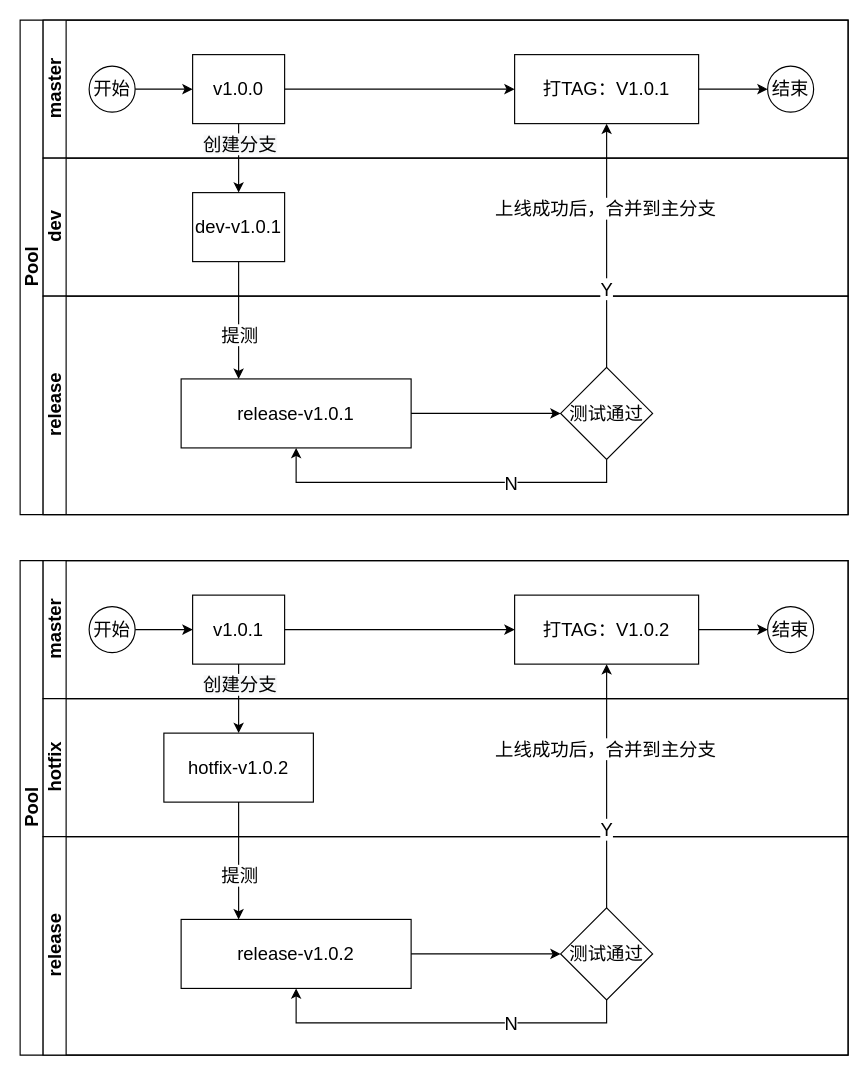
The draw.io diagram page "git开发流程" (5 of 5) of work/revert/产生拣货批单.drawio in aspojo/diagrams, before the edit. Source tidied: cells renumbered, new cells numbered last; positions are measured from the earlier drawing's top-left corner, leaving out a move shared by most shapes. Both pictures are drawn from the tidied source at 115%, with x=0, y=0 at pixel (20, 20).
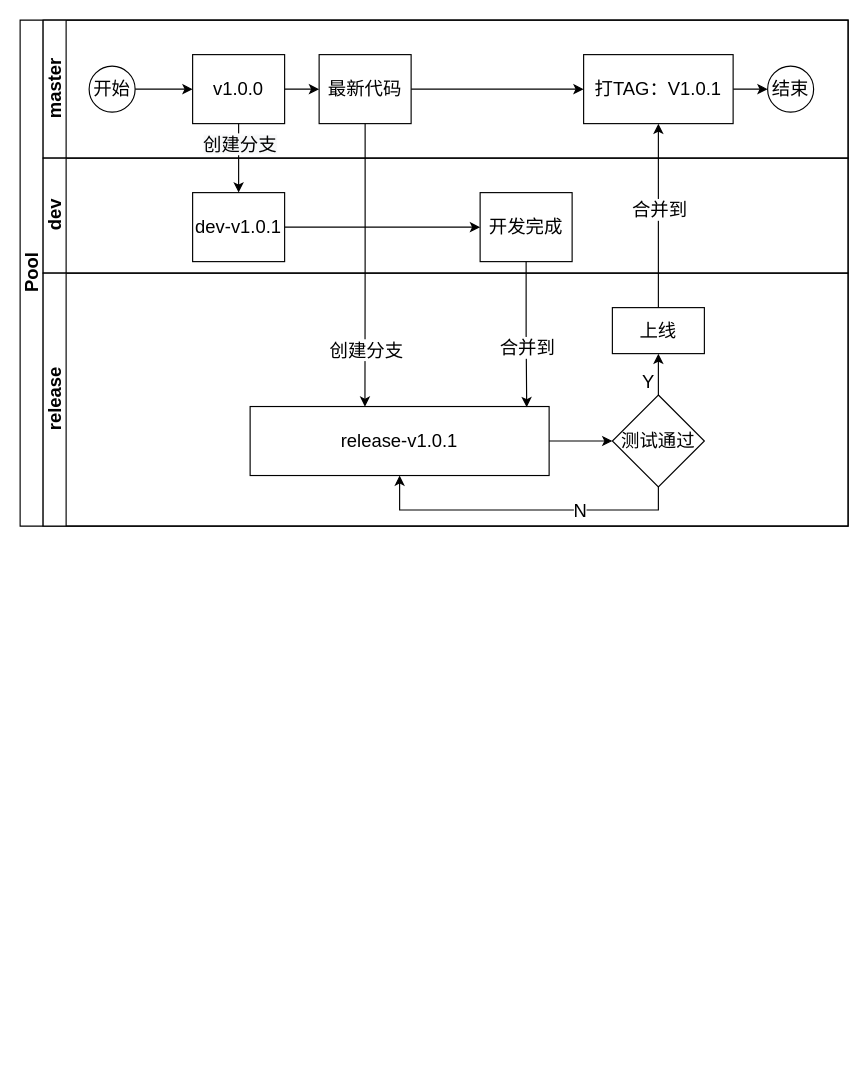
Above is the later version.

Commit message:
更新产生拣货批单.drawio

Unchanged cells that the change refers to:
```xml
<mxCell id="3" value="master" style="swimlane;html=1;startSize=20;horizontal=0;fontSize=16;" parent="2" vertex="1">
  <mxGeometry x="20" width="700" height="120" as="geometry" />
</mxCell>
<mxCell id="7" value="v1.0.0" style="rounded=0;whiteSpace=wrap;html=1;fontFamily=Helvetica;fontSize=16;fontColor=#000000;align=center;" parent="3" vertex="1">
  <mxGeometry x="130" y="30" width="80" height="60" as="geometry" />
</mxCell>
<mxCell id="12" value="dev-v1.0.1" style="rounded=0;whiteSpace=wrap;html=1;fontFamily=Helvetica;fontSize=16;fontColor=#000000;align=center;" parent="11" vertex="1">
  <mxGeometry x="130" y="30" width="80" height="60" as="geometry" />
</mxCell>
```

The edit, as a diff of the source:
```diff
@@
     <mxCell id="2" value="Pool" style="swimlane;html=1;horizontal=0;startSize=20;fontSize=16;" parent="1" vertex="1">
-      <mxGeometry width="720" height="430" as="geometry" />
+      <mxGeometry width="720" height="440" as="geometry" />
     </mxCell>
@@
-    <mxCell id="6" style="edgeStyle=orthogonalEdgeStyle;rounded=0;jettySize=auto;html=1;fontSize=16;" parent="3" edge="1" source="7" target="9">
-      <mxGeometry relative="1" as="geometry" />
-    </mxCell>
+    <mxCell id="50" style="edgeStyle=orthogonalEdgeStyle;rounded=0;jettySize=auto;html=1;fontSize=16;" parent="3" edge="1" source="7" target="52">
+      <mxGeometry relative="1" as="geometry" />
+    </mxCell>
@@
     <mxCell id="9" value="打TAG：V1.0.1" style="rounded=0;whiteSpace=wrap;html=1;fontFamily=Helvetica;fontSize=16;fontColor=#000000;align=center;" parent="3" vertex="1">
-      <mxGeometry x="410" y="30" width="160" height="60" as="geometry" />
+      <mxGeometry x="470" y="30" width="130" height="60" as="geometry" />
     </mxCell>
@@
+    <mxCell id="51" style="edgeStyle=orthogonalEdgeStyle;rounded=0;jettySize=auto;html=1;fontSize=16;" parent="3" edge="1" source="52" target="9">
+      <mxGeometry relative="1" as="geometry" />
+    </mxCell>
+    <mxCell id="52" value="最新代码" style="rounded=0;whiteSpace=wrap;html=1;fontFamily=Helvetica;fontSize=16;fontColor=#000000;align=center;" parent="3" vertex="1">
+      <mxGeometry x="240" y="30" width="80" height="60" as="geometry" />
+    </mxCell>
     <mxCell id="11" value="dev" style="swimlane;html=1;startSize=20;horizontal=0;fontSize=16;" parent="2" vertex="1">
-      <mxGeometry x="20" y="120" width="700" height="120" as="geometry" />
+      <mxGeometry x="20" y="120" width="700" height="100" as="geometry" />
     </mxCell>
+    <mxCell id="53" style="edgeStyle=orthogonalEdgeStyle;rounded=0;jettySize=auto;html=1;fontSize=16;" parent="11" edge="1" source="12" target="54">
+      <mxGeometry relative="1" as="geometry" />
+    </mxCell>
@@
+    <mxCell id="54" value="开发完成" style="rounded=0;whiteSpace=wrap;html=1;fontFamily=Helvetica;fontSize=16;fontColor=#000000;align=center;" parent="11" vertex="1">
+      <mxGeometry x="380" y="30" width="80" height="60" as="geometry" />
+    </mxCell>
     <mxCell id="13" value="release" style="swimlane;html=1;startSize=20;horizontal=0;fontSize=16;" parent="2" vertex="1">
-      <mxGeometry x="20" y="240" width="700" height="190" as="geometry" />
+      <mxGeometry x="20" y="220" width="700" height="220" as="geometry" />
     </mxCell>
     <mxCell id="14" value="release-v1.0.1" style="rounded=0;whiteSpace=wrap;html=1;fontFamily=Helvetica;fontSize=16;fontColor=#000000;align=center;" parent="13" vertex="1">
-      <mxGeometry x="120" y="72" width="200" height="60" as="geometry" />
+      <mxGeometry x="180" y="116" width="260" height="60" as="geometry" />
     </mxCell>
+    <mxCell id="24" value="测试通过" style="rhombus;whiteSpace=wrap;html=1;fontColor=#000000;rounded=0;fontSize=16;" parent="13" vertex="1">
+      <mxGeometry x="495" y="106" width="80" height="80" as="geometry" />
+    </mxCell>
+    <mxCell id="25" style="edgeStyle=orthogonalEdgeStyle;rounded=0;jettySize=auto;html=1;fontSize=16;" parent="13" edge="1" source="14" target="24">
+      <mxGeometry relative="1" as="geometry" />
+    </mxCell>
+    <mxCell id="19" style="edgeStyle=orthogonalEdgeStyle;rounded=0;jettySize=auto;html=1;entryX=0.5;entryY=1;entryDx=0;entryDy=0;exitX=0.5;exitY=1;exitDx=0;exitDy=0;fontSize=16;" parent="13" edge="1" source="24" target="14">
+      <mxGeometry relative="1" as="geometry" />
+    </mxCell>
+    <mxCell id="20" value="N" style="edgeLabel;html=1;align=center;verticalAlign=middle;fontSize=16;" parent="19" vertex="1">
+      <mxGeometry x="-0.35" relative="1" as="geometry" />
+    </mxCell>
+    <mxCell id="55" value="上线" style="rounded=0;whiteSpace=wrap;html=1;fontFamily=Helvetica;fontSize=16;fontColor=#000000;align=center;" parent="13" vertex="1">
+      <mxGeometry x="495" y="30" width="80" height="40" as="geometry" />
+    </mxCell>
+    <mxCell id="21" style="edgeStyle=orthogonalEdgeStyle;rounded=0;jettySize=auto;html=1;fontSize=16;" parent="13" edge="1" source="24" target="55">
+      <mxGeometry relative="1" as="geometry" />
+    </mxCell>
+    <mxCell id="22" value="Y" style="edgeLabel;html=1;align=center;verticalAlign=middle;fontSize=16;" parent="21" vertex="1">
+      <mxGeometry x="-0.35" y="1" relative="1" as="geometry">
+        <mxPoint x="-9" y="1" as="offset" />
+      </mxGeometry>
+    </mxCell>
@@
-    <mxCell id="17" style="edgeStyle=orthogonalEdgeStyle;rounded=0;jettySize=auto;html=1;entryX=0.25;entryY=0;entryDx=0;entryDy=0;fontSize=16;" parent="2" edge="1" source="12" target="14">
+    <mxCell id="17" style="edgeStyle=orthogonalEdgeStyle;rounded=0;jettySize=auto;html=1;fontSize=16;exitX=0.5;exitY=1;exitDx=0;exitDy=0;entryX=0.925;entryY=0.01;entryDx=0;entryDy=0;entryPerimeter=0;" parent="2" edge="1" source="54" target="14">
       <mxGeometry relative="1" as="geometry" />
     </mxCell>
-    <mxCell id="18" value="提测" style="edgeLabel;html=1;align=center;verticalAlign=middle;fontSize=16;" parent="17" vertex="1">
-      <mxGeometry x="0.23" relative="1" as="geometry" />
+    <mxCell id="18" value="合并到" style="edgeLabel;html=1;align=center;verticalAlign=middle;fontSize=16;" parent="17" vertex="1">
+      <mxGeometry x="0.23" relative="1" as="geometry">
+        <mxPoint y="-3" as="offset" />
+      </mxGeometry>
     </mxCell>
-    <mxCell id="19" style="edgeStyle=orthogonalEdgeStyle;rounded=0;jettySize=auto;html=1;entryX=0.5;entryY=1;entryDx=0;entryDy=0;exitX=0.5;exitY=1;exitDx=0;exitDy=0;fontSize=16;" parent="1" edge="1" source="24" target="14">
-      <mxGeometry relative="1" as="geometry" />
-    </mxCell>
-    <mxCell id="20" value="N" style="edgeLabel;html=1;align=center;verticalAlign=middle;fontSize=16;" parent="19" vertex="1">
-      <mxGeometry x="-0.35" relative="1" as="geometry" />
-    </mxCell>
-    <mxCell id="21" style="edgeStyle=orthogonalEdgeStyle;rounded=0;jettySize=auto;html=1;fontSize=16;" parent="1" edge="1" source="24" target="9">
-      <mxGeometry relative="1" as="geometry" />
-    </mxCell>
-    <mxCell id="22" value="Y" style="edgeLabel;html=1;align=center;verticalAlign=middle;fontSize=16;" parent="21" vertex="1">
-      <mxGeometry x="-0.35" y="1" relative="1" as="geometry" />
-    </mxCell>
-    <mxCell id="23" value="上线成功后，合并到主分支" style="edgeLabel;html=1;align=center;verticalAlign=middle;fontSize=16;" parent="21" vertex="1">
-      <mxGeometry x="0.31" y="2" relative="1" as="geometry" />
-    </mxCell>
-    <mxCell id="24" value="测试通过" style="rhombus;whiteSpace=wrap;html=1;fontColor=#000000;rounded=0;fontSize=16;" parent="1" vertex="1">
-      <mxGeometry x="470" y="302" width="80" height="80" as="geometry" />
-    </mxCell>
-    <mxCell id="25" style="edgeStyle=orthogonalEdgeStyle;rounded=0;jettySize=auto;html=1;fontSize=16;" parent="1" edge="1" source="14" target="24">
-      <mxGeometry relative="1" as="geometry" />
-    </mxCell>
-    <mxCell id="26" value="Pool" style="swimlane;html=1;horizontal=0;startSize=20;fontSize=16;" parent="1" vertex="1">
-      <mxGeometry y="470" width="720" height="430" as="geometry" />
-    </mxCell>
-    <mxCell id="27" value="master" style="swimlane;html=1;startSize=20;horizontal=0;fontSize=16;" parent="26" vertex="1">
-      <mxGeometry x="20" width="700" height="120" as="geometry" />
-    </mxCell>
-    <mxCell id="28" style="edgeStyle=orthogonalEdgeStyle;rounded=0;jettySize=auto;html=1;fontSize=16;" parent="27" edge="1" source="29" target="31">
-      <mxGeometry relative="1" as="geometry" />
-    </mxCell>
-    <mxCell id="29" value="开始" style="ellipse;whiteSpace=wrap;html=1;fontSize=16;" parent="27" vertex="1">
-      <mxGeometry x="40" y="40" width="40" height="40" as="geometry" />
-    </mxCell>
-    <mxCell id="30" style="edgeStyle=orthogonalEdgeStyle;rounded=0;jettySize=auto;html=1;fontSize=16;" parent="27" edge="1" source="31" target="33">
-      <mxGeometry relative="1" as="geometry" />
-    </mxCell>
-    <mxCell id="31" value="v1.0.1" style="rounded=0;whiteSpace=wrap;html=1;fontFamily=Helvetica;fontSize=16;fontColor=#000000;align=center;" parent="27" vertex="1">
-      <mxGeometry x="130" y="30" width="80" height="60" as="geometry" />
-    </mxCell>
-    <mxCell id="32" style="edgeStyle=orthogonalEdgeStyle;rounded=0;jettySize=auto;html=1;fontSize=16;" parent="27" edge="1" source="33" target="34">
-      <mxGeometry relative="1" as="geometry" />
-    </mxCell>
-    <mxCell id="33" value="打TAG：V1.0.2" style="rounded=0;whiteSpace=wrap;html=1;fontFamily=Helvetica;fontSize=16;fontColor=#000000;align=center;" parent="27" vertex="1">
-      <mxGeometry x="410" y="30" width="160" height="60" as="geometry" />
-    </mxCell>
-    <mxCell id="34" value="结束" style="ellipse;whiteSpace=wrap;html=1;fontSize=16;" parent="27" vertex="1">
-      <mxGeometry x="630" y="40" width="40" height="40" as="geometry" />
-    </mxCell>
-    <mxCell id="35" value="hotfix" style="swimlane;html=1;startSize=20;horizontal=0;fontSize=16;" parent="26" vertex="1">
-      <mxGeometry x="20" y="120" width="700" height="120" as="geometry" />
-    </mxCell>
-    <mxCell id="36" value="hotfix-v1.0.2" style="rounded=0;whiteSpace=wrap;html=1;fontFamily=Helvetica;fontSize=16;fontColor=#000000;align=center;" parent="35" vertex="1">
-      <mxGeometry x="105" y="30" width="130" height="60" as="geometry" />
-    </mxCell>
-    <mxCell id="37" value="release" style="swimlane;html=1;startSize=20;horizontal=0;fontSize=16;" parent="26" vertex="1">
-      <mxGeometry x="20" y="240" width="700" height="190" as="geometry" />
-    </mxCell>
-    <mxCell id="38" value="release-v1.0.2" style="rounded=0;whiteSpace=wrap;html=1;fontFamily=Helvetica;fontSize=16;fontColor=#000000;align=center;" parent="37" vertex="1">
-      <mxGeometry x="120" y="72" width="200" height="60" as="geometry" />
-    </mxCell>
-    <mxCell id="39" style="edgeStyle=orthogonalEdgeStyle;rounded=0;jettySize=auto;html=1;entryX=0.5;entryY=0;entryDx=0;entryDy=0;fontSize=16;" parent="26" edge="1" source="31" target="36">
-      <mxGeometry relative="1" as="geometry" />
-    </mxCell>
+    <mxCell id="56" style="edgeStyle=orthogonalEdgeStyle;rounded=0;jettySize=auto;html=1;fontSize=16;entryX=0.384;entryY=0.003;entryDx=0;entryDy=0;entryPerimeter=0;" parent="2" edge="1" source="52" target="14">
+      <mxGeometry relative="1" as="geometry" />
+    </mxCell>
-    <mxCell id="40" value="&lt;span style=&quot;background-color: rgb(248, 249, 250);&quot;&gt;创建分支&lt;/span&gt;" style="edgeLabel;html=1;align=center;verticalAlign=middle;fontSize=16;" parent="39" vertex="1">
-      <mxGeometry x="-0.42" relative="1" as="geometry" />
+    <mxCell id="40" value="创建分支" style="edgeLabel;html=1;align=center;verticalAlign=middle;fontSize=16;" parent="56" vertex="1">
+      <mxGeometry x="-0.88" y="1" relative="1" as="geometry">
+        <mxPoint x="-1" y="181" as="offset" />
+      </mxGeometry>
     </mxCell>
-    <mxCell id="41" style="edgeStyle=orthogonalEdgeStyle;rounded=0;jettySize=auto;html=1;entryX=0.25;entryY=0;entryDx=0;entryDy=0;fontSize=16;" parent="26" edge="1" source="36" target="38">
-      <mxGeometry relative="1" as="geometry" />
-    </mxCell>
-    <mxCell id="42" value="提测" style="edgeLabel;html=1;align=center;verticalAlign=middle;fontSize=16;" parent="41" vertex="1">
-      <mxGeometry x="0.23" relative="1" as="geometry" />
-    </mxCell>
-    <mxCell id="43" style="edgeStyle=orthogonalEdgeStyle;rounded=0;jettySize=auto;html=1;entryX=0.5;entryY=1;entryDx=0;entryDy=0;exitX=0.5;exitY=1;exitDx=0;exitDy=0;fontSize=16;" parent="1" edge="1" source="48" target="38">
-      <mxGeometry relative="1" as="geometry" />
-    </mxCell>
-    <mxCell id="44" value="N" style="edgeLabel;html=1;align=center;verticalAlign=middle;fontSize=16;" parent="43" vertex="1">
-      <mxGeometry x="-0.35" relative="1" as="geometry" />
-    </mxCell>
-    <mxCell id="45" style="edgeStyle=orthogonalEdgeStyle;rounded=0;jettySize=auto;html=1;fontSize=16;" parent="1" edge="1" source="48" target="33">
-      <mxGeometry relative="1" as="geometry" />
-    </mxCell>
-    <mxCell id="46" value="Y" style="edgeLabel;html=1;align=center;verticalAlign=middle;fontSize=16;" parent="45" vertex="1">
-      <mxGeometry x="-0.35" y="1" relative="1" as="geometry" />
-    </mxCell>
-    <mxCell id="47" value="上线成功后，合并到主分支" style="edgeLabel;html=1;align=center;verticalAlign=middle;fontSize=16;" parent="45" vertex="1">
-      <mxGeometry x="0.31" y="2" relative="1" as="geometry" />
-    </mxCell>
-    <mxCell id="48" value="测试通过" style="rhombus;whiteSpace=wrap;html=1;fontColor=#000000;rounded=0;fontSize=16;" parent="1" vertex="1">
-      <mxGeometry x="470" y="772" width="80" height="80" as="geometry" />
-    </mxCell>
-    <mxCell id="49" style="edgeStyle=orthogonalEdgeStyle;rounded=0;jettySize=auto;html=1;fontSize=16;" parent="1" edge="1" source="38" target="48">
-      <mxGeometry relative="1" as="geometry" />
-    </mxCell>
+    <mxCell id="57" style="edgeStyle=orthogonalEdgeStyle;rounded=0;jettySize=auto;html=1;fontSize=16;" parent="2" edge="1" source="55" target="9">
+      <mxGeometry relative="1" as="geometry" />
+    </mxCell>
+    <mxCell id="58" value="合并到" style="edgeLabel;html=1;align=center;verticalAlign=middle;fontSize=16;" parent="57" vertex="1">
+      <mxGeometry x="0.08" relative="1" as="geometry" />
+    </mxCell>
```
